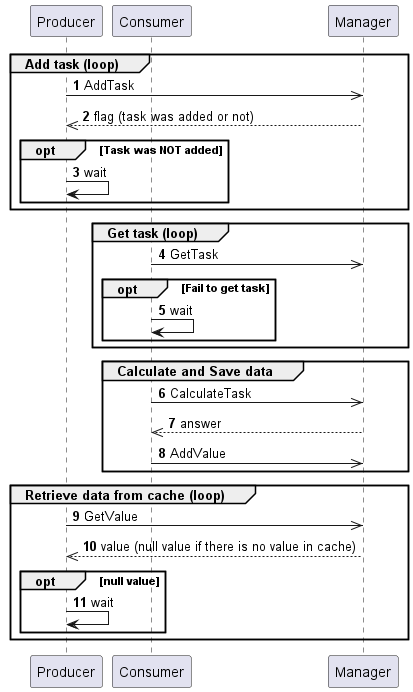
Before: docs/diagrams/out/uml_seq_diagram_process/uml_seq_diagram_process.png, a diagram exported from PlantUML (Slava1511/CPPropblem).
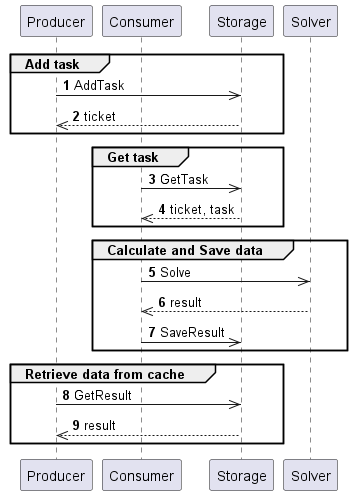
Later version of the same file.

What changed in the source:
```diff
@@ -3,35 +3,28 @@
 
 participant Producer
 participant Consumer
-participant Manager
+participant Storage
+participant Solver
 
-Group Add task (loop)
-    Producer ->> Manager : AddTask
-    return flag (task was added or not)
-    Opt Task was NOT added
-        Producer -> Producer : wait
-    end
+Group Add task
+    Producer ->> Storage : AddTask
+    return ticket
 end
 
-Group Get task (loop)
-    Consumer ->> Manager : GetTask
-    Opt Fail to get task
-        Consumer -> Consumer : wait
-    end
+Group Get task
+    Consumer ->> Storage : GetTask
+    return ticket, task
 end
 
 Group Calculate and Save data
-    Consumer ->> Manager : CalculateTask
-    return answer
+    Consumer ->> Solver : Solve
+    return result
 
-    Consumer ->> Manager : AddValue
+    Consumer ->> Storage : SaveResult
 end
 
-Group Retrieve data from cache (loop)
-    Producer ->> Manager : GetValue
-    return value (null value if there is no value in cache)
-    Opt null value
-        Producer -> Producer : wait
-    end
+Group Retrieve data from cache
+    Producer ->> Storage : GetResult
+    return result
 end
 @enduml
```
